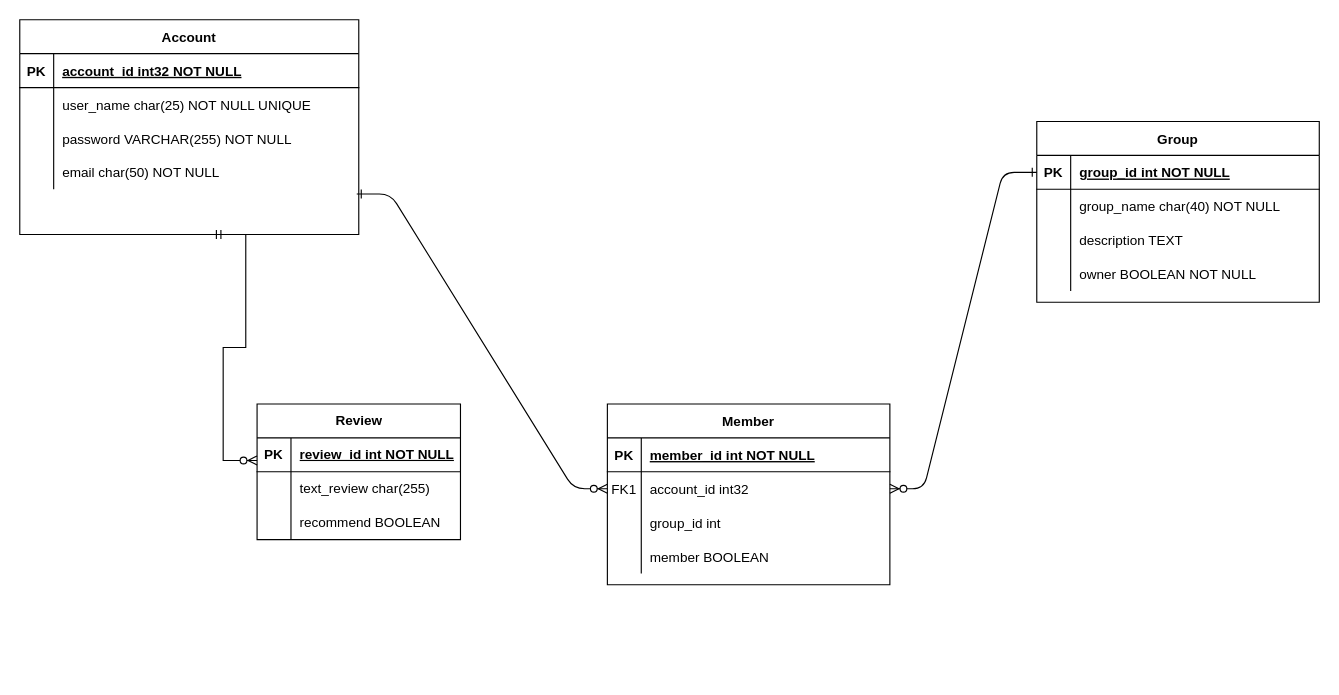
This is ER-Diagraw_WebProject.drawio from TVT22-23/WebbikehitysProjekti, a draw.io file, before an edit. Source tidied: cells renumbered, new cells numbered last; positions are measured from the earlier drawing's top-left corner, leaving out a move shared by most shapes. Both pictures are drawn from the tidied source at 113%, with x=0, y=0 at pixel (19, 19).
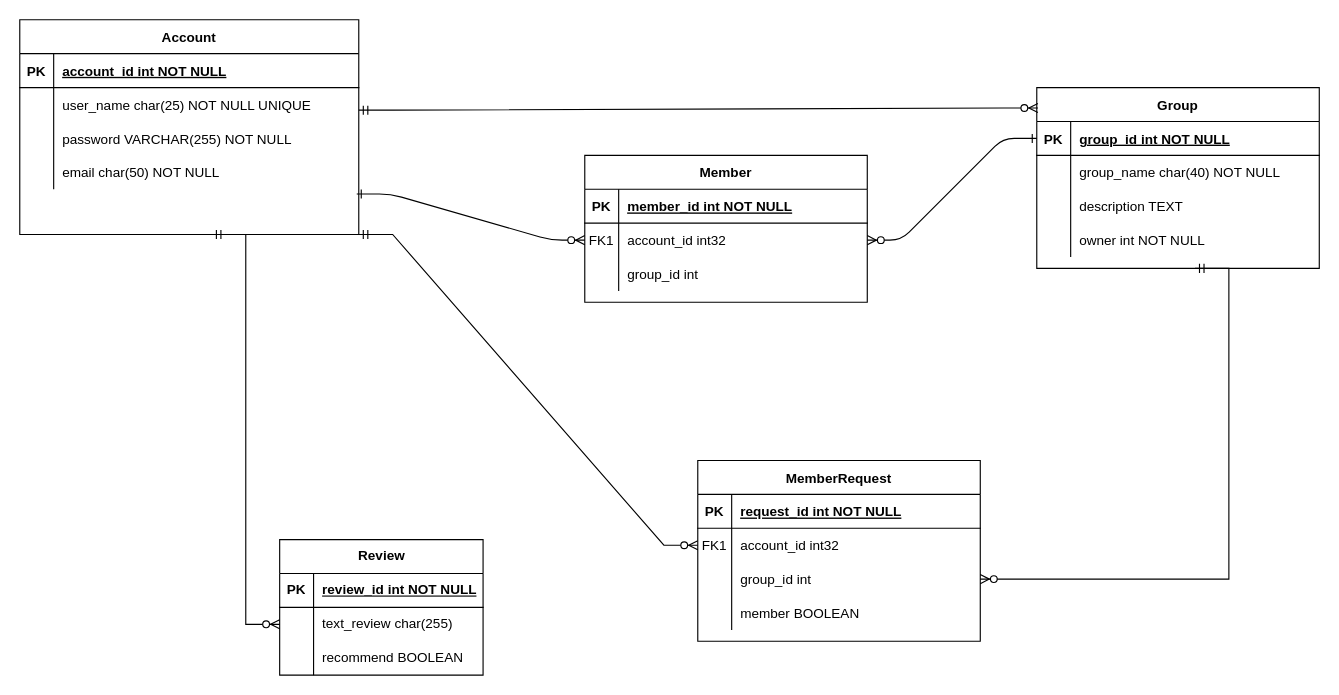
The same page after the edit.

Unchanged cells that the change refers to:
```xml
<mxCell id="14" style="shape=partialRectangle;fillColor=none;top=0;left=0;right=0;bottom=0;" parent="4" vertex="1">
  <mxGeometry y="120" width="250" height="30" as="geometry" />
</mxCell>
<mxCell id="30" value="Account" style="shape=table;startSize=30;childLayout=tableLayout;rowLines=0;fontStyle=1;align=center;" parent="1" vertex="1">
  <mxGeometry width="300" height="190" as="geometry" />
</mxCell>
<mxCell id="31" style="shape=partialRectangle;fillColor=none;top=0;left=0;right=0;bottom=1;" parent="30" vertex="1">
  <mxGeometry y="30" width="300" height="30" as="geometry" />
</mxCell>
<mxCell id="47" style="shape=tableRow;horizontal=0;startSize=0;swimlaneHead=0;swimlaneBody=0;fillColor=none;points=[[0,0.5],[1,0.5]];portConstraint=eastwest;top=0;left=0;right=0;bottom=0;" parent="43" vertex="1">
  <mxGeometry y="60" width="180" height="30" as="geometry" />
</mxCell>
```

The edit, as a diff of the source:
```diff
@@
     <mxCell id="4" value="Group" style="shape=table;startSize=30;childLayout=tableLayout;rowLines=0;fontStyle=1;align=center;" parent="1" vertex="1">
-      <mxGeometry x="900" y="90" width="250" height="160" as="geometry" />
+      <mxGeometry x="900" y="60" width="250" height="160" as="geometry" />
     </mxCell>
@@
-    <mxCell id="16" value="owner BOOLEAN NOT NULL" style="shape=partialRectangle;overflow=hidden;fillColor=none;top=0;left=0;bottom=0;right=0;align=left;spacingLeft=6;" parent="14" vertex="1">
+    <mxCell id="16" value="owner int NOT NULL" style="shape=partialRectangle;overflow=hidden;fillColor=none;top=0;left=0;bottom=0;right=0;align=left;spacingLeft=6;" parent="14" vertex="1">
       <mxGeometry x="30" width="220" height="30" as="geometry" />
     </mxCell>
     <mxCell id="17" value="Member" style="shape=table;startSize=30;childLayout=tableLayout;rowLines=0;fontStyle=1;align=center;" parent="1" vertex="1">
-      <mxGeometry x="520" y="340" width="250" height="160" as="geometry" />
+      <mxGeometry x="500" y="120" width="250" height="130" as="geometry" />
     </mxCell>
@@
-    <mxCell id="27" style="shape=partialRectangle;fillColor=none;top=0;left=0;right=0;bottom=0;" parent="17" vertex="1">
-      <mxGeometry y="120" width="250" height="30" as="geometry" />
-    </mxCell>
-    <mxCell id="28" style="shape=partialRectangle;overflow=hidden;fillColor=none;top=0;left=0;bottom=0;right=0;" parent="27" vertex="1">
-      <mxGeometry width="30" height="30" as="geometry" />
-    </mxCell>
-    <mxCell id="29" value="member BOOLEAN" style="shape=partialRectangle;overflow=hidden;fillColor=none;top=0;left=0;bottom=0;right=0;align=left;spacingLeft=6;" parent="27" vertex="1">
-      <mxGeometry x="30" width="220" height="30" as="geometry" />
-    </mxCell>
@@
-    <mxCell id="33" value="account_id int32 NOT NULL " style="shape=partialRectangle;overflow=hidden;fillColor=none;top=0;left=0;bottom=0;right=0;align=left;spacingLeft=6;fontStyle=5;" parent="31" vertex="1">
+    <mxCell id="33" value="account_id int NOT NULL " style="shape=partialRectangle;overflow=hidden;fillColor=none;top=0;left=0;bottom=0;right=0;align=left;spacingLeft=6;fontStyle=5;" parent="31" vertex="1">
       <mxGeometry x="30" width="270" height="30" as="geometry" />
     </mxCell>
@@
     <mxCell id="43" value="Review" style="shape=table;startSize=30;childLayout=tableLayout;rowLines=0;fontStyle=1;align=center;html=1;" parent="1" vertex="1">
-      <mxGeometry x="210" y="340" width="180" height="120" as="geometry" />
+      <mxGeometry x="230" y="460" width="180" height="120" as="geometry" />
     </mxCell>
@@
-    <mxCell id="53" style="edgeStyle=entityRelationEdgeStyle;fontSize=12;html=1;endArrow=ERzeroToMany;startArrow=ERmandOne;rounded=0;" parent="1" edge="1">
+    <mxCell id="53" style="edgeStyle=entityRelationEdgeStyle;fontSize=12;html=1;endArrow=ERzeroToMany;startArrow=ERmandOne;rounded=0;entryX=0;entryY=0.5;entryDx=0;entryDy=0;" parent="1" edge="1" target="47">
       <mxGeometry relative="1" as="geometry">
         <mxPoint x="170" y="190" as="sourcePoint" />
-        <mxPoint x="210" y="390" as="targetPoint" />
       </mxGeometry>
     </mxCell>
+    <mxCell id="54" style="edgeStyle=entityRelationEdgeStyle;fontSize=12;html=1;endArrow=ERzeroToMany;startArrow=ERmandOne;rounded=0;entryX=0.004;entryY=0.113;entryDx=0;entryDy=0;entryPerimeter=0;" parent="1" edge="1" target="4">
+      <mxGeometry relative="1" as="geometry">
+        <mxPoint x="300" y="80" as="sourcePoint" />
+      </mxGeometry>
+    </mxCell>
+    <mxCell id="55" value="MemberRequest" style="shape=table;startSize=30;childLayout=tableLayout;rowLines=0;fontStyle=1;align=center;" parent="1" vertex="1">
+      <mxGeometry x="600" y="390" width="250" height="160" as="geometry" />
+    </mxCell>
+    <mxCell id="56" style="shape=partialRectangle;fillColor=none;top=0;left=0;right=0;bottom=1;" parent="55" vertex="1">
+      <mxGeometry y="30" width="250" height="30" as="geometry" />
+    </mxCell>
+    <mxCell id="57" value="PK" style="shape=partialRectangle;overflow=hidden;fillColor=none;top=0;left=0;bottom=0;right=0;fontStyle=1;" parent="56" vertex="1">
+      <mxGeometry width="30" height="30" as="geometry" />
+    </mxCell>
+    <mxCell id="58" value="request_id int NOT NULL " style="shape=partialRectangle;overflow=hidden;fillColor=none;top=0;left=0;bottom=0;right=0;align=left;spacingLeft=6;fontStyle=5;" parent="56" vertex="1">
+      <mxGeometry x="30" width="220" height="30" as="geometry" />
+    </mxCell>
+    <mxCell id="59" style="shape=partialRectangle;fillColor=none;points=[[0,0.5],[1,0.5]];portConstraint=eastwest;top=0;left=0;right=0;bottom=0;" parent="55" vertex="1">
+      <mxGeometry y="60" width="250" height="30" as="geometry" />
+    </mxCell>
+    <mxCell id="60" value="FK1" style="shape=partialRectangle;overflow=hidden;fillColor=none;top=0;left=0;bottom=0;right=0;" parent="59" vertex="1">
+      <mxGeometry width="30" height="30" as="geometry" />
+    </mxCell>
+    <mxCell id="61" value="account_id int32" style="shape=partialRectangle;overflow=hidden;fillColor=none;top=0;left=0;bottom=0;right=0;align=left;spacingLeft=6;" parent="59" vertex="1">
+      <mxGeometry x="30" width="220" height="30" as="geometry" />
+    </mxCell>
+    <mxCell id="62" style="shape=partialRectangle;fillColor=none;points=[[0,0.5],[1,0.5]];portConstraint=eastwest;top=0;left=0;right=0;bottom=0;" parent="55" vertex="1">
+      <mxGeometry y="90" width="250" height="30" as="geometry" />
+    </mxCell>
+    <mxCell id="63" style="shape=partialRectangle;overflow=hidden;fillColor=none;top=0;left=0;bottom=0;right=0;" parent="62" vertex="1">
+      <mxGeometry width="30" height="30" as="geometry" />
+    </mxCell>
+    <mxCell id="64" value="group_id int" style="shape=partialRectangle;overflow=hidden;fillColor=none;top=0;left=0;bottom=0;right=0;align=left;spacingLeft=6;" parent="62" vertex="1">
+      <mxGeometry x="30" width="220" height="30" as="geometry" />
+    </mxCell>
+    <mxCell id="27" style="shape=partialRectangle;fillColor=none;top=0;left=0;right=0;bottom=0;" parent="55" vertex="1">
+      <mxGeometry y="120" width="250" height="30" as="geometry" />
+    </mxCell>
+    <mxCell id="65" style="shape=partialRectangle;overflow=hidden;fillColor=none;top=0;left=0;bottom=0;right=0;" parent="27" vertex="1">
+      <mxGeometry width="30" height="30" as="geometry" />
+    </mxCell>
+    <mxCell id="29" value="member BOOLEAN" style="shape=partialRectangle;overflow=hidden;fillColor=none;top=0;left=0;bottom=0;right=0;align=left;spacingLeft=6;" parent="27" vertex="1">
+      <mxGeometry x="30" width="220" height="30" as="geometry" />
+    </mxCell>
+    <mxCell id="66" style="edgeStyle=entityRelationEdgeStyle;fontSize=12;html=1;endArrow=ERzeroToMany;startArrow=ERmandOne;rounded=0;" parent="1" edge="1" target="62">
+      <mxGeometry relative="1" as="geometry">
+        <mxPoint x="1040" y="220" as="sourcePoint" />
+        <Array as="points">
+          <mxPoint x="1190" y="280" />
+          <mxPoint x="1200" y="300" />
+          <mxPoint x="1150" y="360" />
+        </Array>
+      </mxGeometry>
+    </mxCell>
+    <mxCell id="67" style="edgeStyle=entityRelationEdgeStyle;fontSize=12;html=1;endArrow=ERzeroToMany;startArrow=ERmandOne;rounded=0;entryX=0;entryY=0.5;entryDx=0;entryDy=0;exitX=1;exitY=1;exitDx=0;exitDy=0;" parent="1" edge="1" source="30" target="59">
+      <mxGeometry relative="1" as="geometry">
+        <Array as="points">
+          <mxPoint x="690" y="610" />
+        </Array>
+      </mxGeometry>
+    </mxCell>
```
